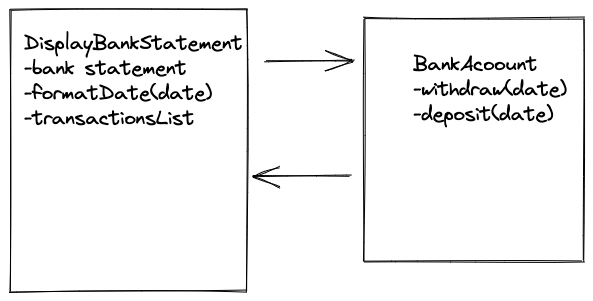
Before: bank.excalidraw.png, a diagram exported from Excalidraw (Hafizalimi7/bank_tech_test). Source tidied: one line per element, renumbered; positions are measured from the earlier drawing's top-left corner, leaving out a move shared by most shapes.
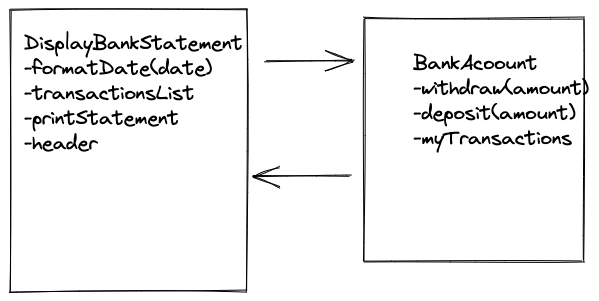
The same diagram one commit later.

What changed in the source:
```diff
@@ -1,6 +1,6 @@
 {"id": 0, "type": "rectangle", "strokeColor": "#000000", "strokeWidth": 1, "roughness": 1, "x": 0, "y": 0, "width": 237, "height": 281}
 {"id": 1, "type": "rectangle", "strokeColor": "#000000", "strokeWidth": 1, "roughness": 1, "x": 354, "y": 8, "width": 219, "height": 243}
-{"id": 2, "type": "text", "text": "DisplayBankStatement \n-bank statement\n-formatDate(date)\n-transactionsList", "strokeColor": "#000000", "strokeWidth": 1, "roughness": 1, "fontSize": 20, "fontFamily": 1, "x": 14, "y": 21, "width": 229, "height": 100}
+{"id": 2, "type": "text", "text": "DisplayBankStatement \n-formatDate(date)\n-transactionsList\n-printStatement\n-header\n", "strokeColor": "#000000", "strokeWidth": 1, "roughness": 1, "fontSize": 20, "fontFamily": 1, "x": 14, "y": 21, "width": 229, "height": 150}
-{"id": 3, "type": "text", "text": "BankAcoount\n-withdraw(date)\n-deposit(date)", "strokeColor": "#000000", "strokeWidth": 1, "roughness": 1, "fontSize": 20, "fontFamily": 1, "x": 403, "y": 42, "width": 153, "height": 75}
+{"id": 3, "type": "text", "text": "BankAcoount\n-withdraw(amount)\n-deposit(amount)\n-myTransactions", "strokeColor": "#000000", "strokeWidth": 1, "roughness": 1, "fontSize": 20, "fontFamily": 1, "x": 403, "y": 41, "width": 176, "height": 100}
 {"id": 4, "type": "arrow", "strokeColor": "#000000", "strokeWidth": 1, "roughness": 1, "endArrowhead": "arrow", "from": 0, "to": 1, "x": 255, "y": 52, "width": 89, "height": 1, "points": [[0, 0], [89, -1]]}
 {"id": 5, "type": "arrow", "strokeColor": "#000000", "strokeWidth": 1, "roughness": 1, "endArrowhead": "arrow", "from": 1, "to": 0, "x": 340, "y": 167, "width": 98, "height": 1, "points": [[0, 0], [-98, -1]]}
```
